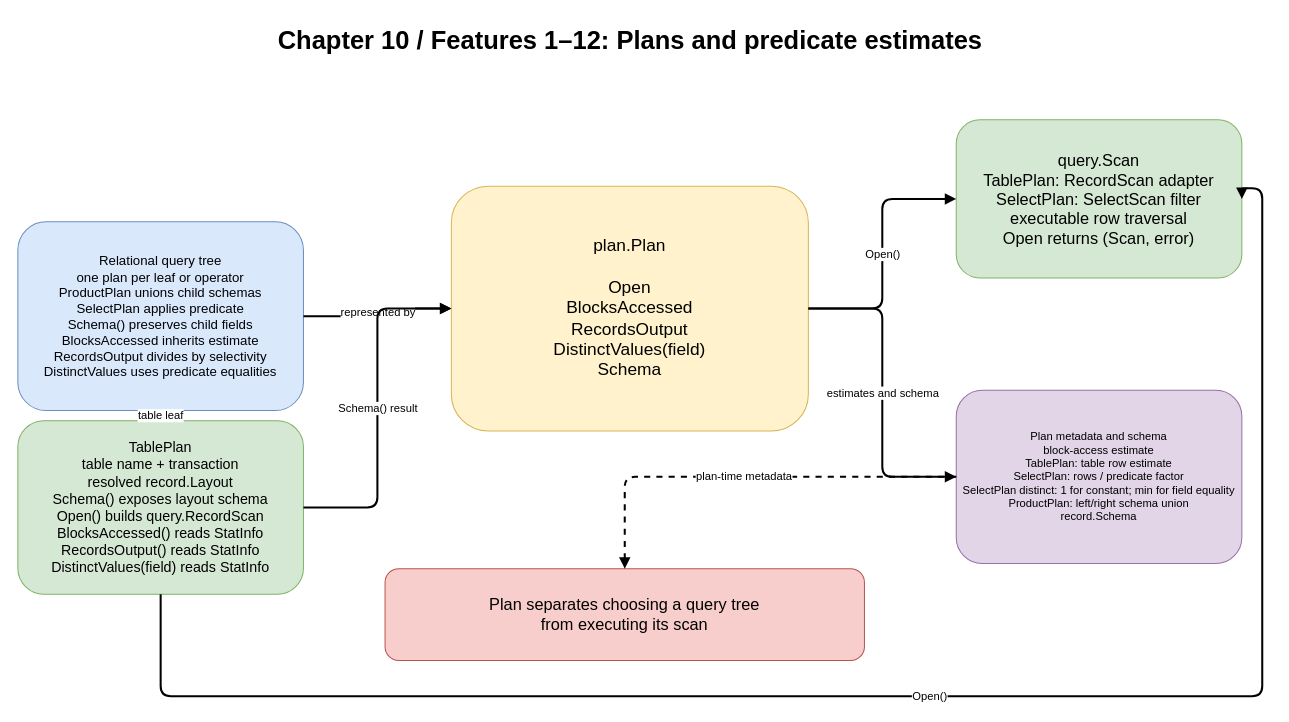
This is docs/diagrams/ch10-plan-contract.drawio from Rwatana/simledb_in_go, a draw.io file, before an edit. Source tidied: cells renumbered, new cells numbered last; positions are measured from the earlier drawing's top-left corner, leaving out a move shared by most shapes. Both pictures are drawn from the tidied source at 102%, with x=0, y=0 at pixel (17, 17).
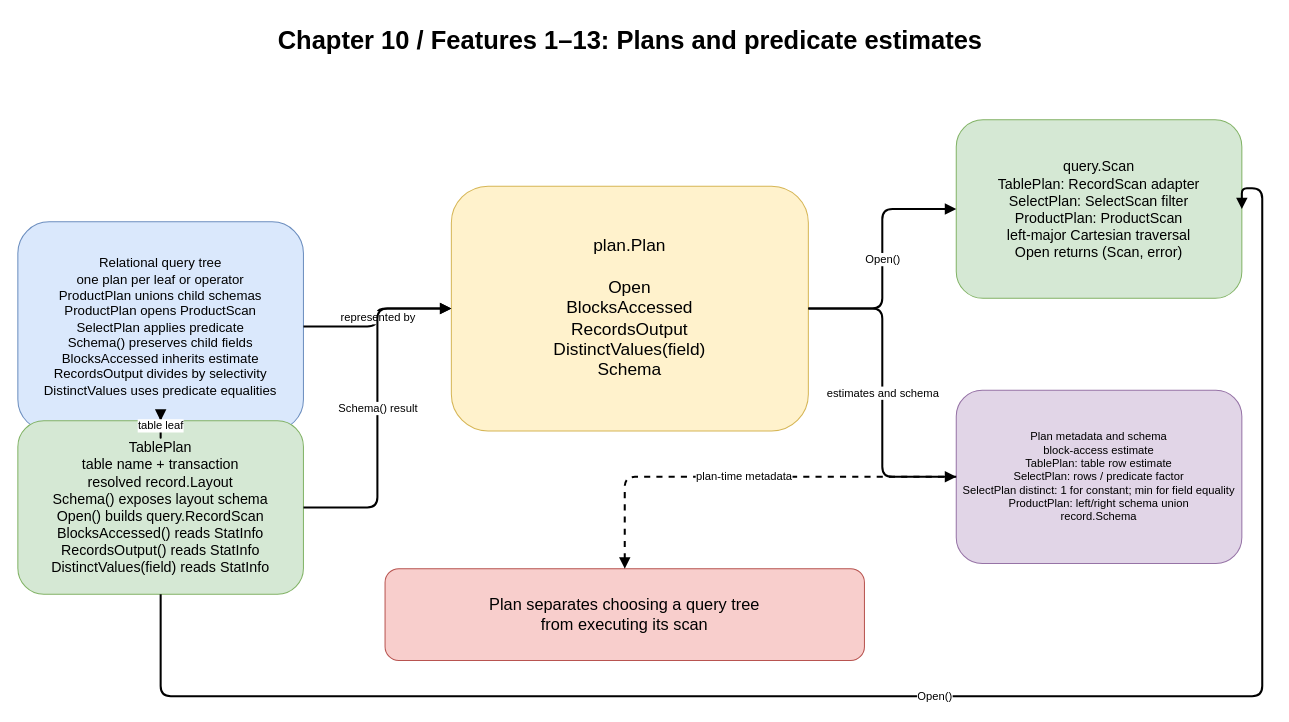
After the change.

Commit message (it also covers changes not shown here):
feat: open product plan scans

Change to the diagram source:
```diff
@@
 <mxGraphModel>
   <root>
     <mxCell id="0" />
     <mxCell id="1" parent="0" />
-    <mxCell id="2" value="Chapter 10 / Features 1–12: Plans and predicate estimates" style="text;html=1;align=center;fontSize=25;fontStyle=1;" parent="1" vertex="1">
+    <mxCell id="2" value="Chapter 10 / Features 1–13: Plans and predicate estimates" style="text;html=1;align=center;fontSize=25;fontStyle=1;" parent="1" vertex="1">
       <mxGeometry x="100" width="1000" height="55" as="geometry" />
     </mxCell>
-    <mxCell id="3" value="Relational query tree&#10;one plan per leaf or operator&#10;ProductPlan unions child schemas&#10;SelectPlan applies predicate&#10;Schema() preserves child fields&#10;BlocksAccessed inherits estimate&#10;RecordsOutput divides by selectivity&#10;DistinctValues uses predicate equalities" style="rounded=1;whiteSpace=wrap;html=1;fillColor=#dae8fc;strokeColor=#6c8ebf;fontSize=13;" parent="1" vertex="1">
-      <mxGeometry y="200" width="280" height="185" as="geometry" />
+    <mxCell id="3" value="Relational query tree&#10;one plan per leaf or operator&#10;ProductPlan unions child schemas&#10;ProductPlan opens ProductScan&#10;SelectPlan applies predicate&#10;Schema() preserves child fields&#10;BlocksAccessed inherits estimate&#10;RecordsOutput divides by selectivity&#10;DistinctValues uses predicate equalities" style="rounded=1;whiteSpace=wrap;html=1;fillColor=#dae8fc;strokeColor=#6c8ebf;fontSize=13;" parent="1" vertex="1">
+      <mxGeometry y="200" width="280" height="205" as="geometry" />
     </mxCell>
     <mxCell id="4" value="TablePlan&#10;table name + transaction&#10;resolved record.Layout&#10;Schema() exposes layout schema&#10;Open() builds query.RecordScan&#10;BlocksAccessed() reads StatInfo&#10;RecordsOutput() reads StatInfo&#10;DistinctValues(field) reads StatInfo" style="rounded=1;whiteSpace=wrap;html=1;fillColor=#d5e8d4;strokeColor=#82b366;fontSize=14;" parent="1" vertex="1">
       <mxGeometry y="395" width="280" height="170" as="geometry" />
     </mxCell>
     <mxCell id="5" value="plan.Plan&#10;&#10;Open&#10;BlocksAccessed&#10;RecordsOutput&#10;DistinctValues(field)&#10;Schema" style="rounded=1;whiteSpace=wrap;html=1;fillColor=#fff2cc;strokeColor=#d6b656;fontSize=17;" parent="1" vertex="1">
       <mxGeometry x="425" y="165" width="350" height="240" as="geometry" />
     </mxCell>
-    <mxCell id="6" value="query.Scan&#10;TablePlan: RecordScan adapter&#10;SelectPlan: SelectScan filter&#10;executable row traversal&#10;Open returns (Scan, error)" style="rounded=1;whiteSpace=wrap;html=1;fillColor=#d5e8d4;strokeColor=#82b366;fontSize=16;" parent="1" vertex="1">
-      <mxGeometry x="920" y="100" width="280" height="155" as="geometry" />
+    <mxCell id="6" value="query.Scan&#10;TablePlan: RecordScan adapter&#10;SelectPlan: SelectScan filter&#10;ProductPlan: ProductScan&#10;left-major Cartesian traversal&#10;Open returns (Scan, error)" style="rounded=1;whiteSpace=wrap;html=1;fillColor=#d5e8d4;strokeColor=#82b366;fontSize=14;" parent="1" vertex="1">
+      <mxGeometry x="920" y="100" width="280" height="175" as="geometry" />
     </mxCell>
     <mxCell id="7" value="Plan metadata and schema&#10;block-access estimate&#10;TablePlan: table row estimate&#10;SelectPlan: rows / predicate factor&#10;SelectPlan distinct: 1 for constant; min for field equality&#10;ProductPlan: left/right schema union&#10;record.Schema" style="rounded=1;whiteSpace=wrap;html=1;fillColor=#e1d5e7;strokeColor=#9673a6;fontSize=11;" parent="1" vertex="1">
       <mxGeometry x="920" y="365" width="280" height="170" as="geometry" />
     </mxCell>
     <mxCell id="8" value="Plan separates choosing a query tree&#10;from executing its scan" style="rounded=1;whiteSpace=wrap;html=1;fillColor=#f8cecc;strokeColor=#b85450;fontSize=16;" parent="1" vertex="1">
       <mxGeometry x="360" y="540" width="470" height="90" as="geometry" />
     </mxCell>
     <mxCell id="9" value="represented by" style="edgeStyle=orthogonalEdgeStyle;html=1;endArrow=block;strokeWidth=2;" parent="1" edge="1" source="3" target="5">
       <mxGeometry relative="1" as="geometry" />
     </mxCell>
     <mxCell id="10" value="table leaf" style="edgeStyle=orthogonalEdgeStyle;html=1;endArrow=block;strokeWidth=2;" parent="1" edge="1" source="3" target="4">
       <mxGeometry relative="1" as="geometry" />
     </mxCell>
     <mxCell id="11" value="Schema() result" style="edgeStyle=orthogonalEdgeStyle;html=1;endArrow=block;strokeWidth=2;" parent="1" edge="1" source="4" target="5">
       <mxGeometry relative="1" as="geometry" />
     </mxCell>
     <mxCell id="12" value="Open()" style="edgeStyle=orthogonalEdgeStyle;html=1;endArrow=block;strokeWidth=2;exitX=0.5;exitY=1;exitDx=0;exitDy=0;entryX=1;entryY=0.5;entryDx=0;entryDy=0;" parent="1" edge="1" source="4" target="6">
       <mxGeometry relative="1" as="geometry">
         <Array as="points">
           <mxPoint x="140" y="665" />
           <mxPoint x="1220" y="665" />
           <mxPoint x="1220" y="167" />
         </Array>
       </mxGeometry>
     </mxCell>
     <mxCell id="13" value="Open()" style="edgeStyle=orthogonalEdgeStyle;html=1;endArrow=block;strokeWidth=2;" parent="1" edge="1" source="5" target="6">
       <mxGeometry relative="1" as="geometry" />
     </mxCell>
     <mxCell id="14" value="estimates and schema" style="edgeStyle=orthogonalEdgeStyle;html=1;endArrow=block;strokeWidth=2;" parent="1" edge="1" source="5" target="7">
       <mxGeometry relative="1" as="geometry" />
     </mxCell>
     <mxCell id="15" value="plan-time metadata" style="edgeStyle=orthogonalEdgeStyle;html=1;endArrow=block;strokeWidth=2;dashed=1;" parent="1" edge="1" source="7" target="8">
       <mxGeometry relative="1" as="geometry" />
     </mxCell>
   </root>
 </mxGraphModel>
```
